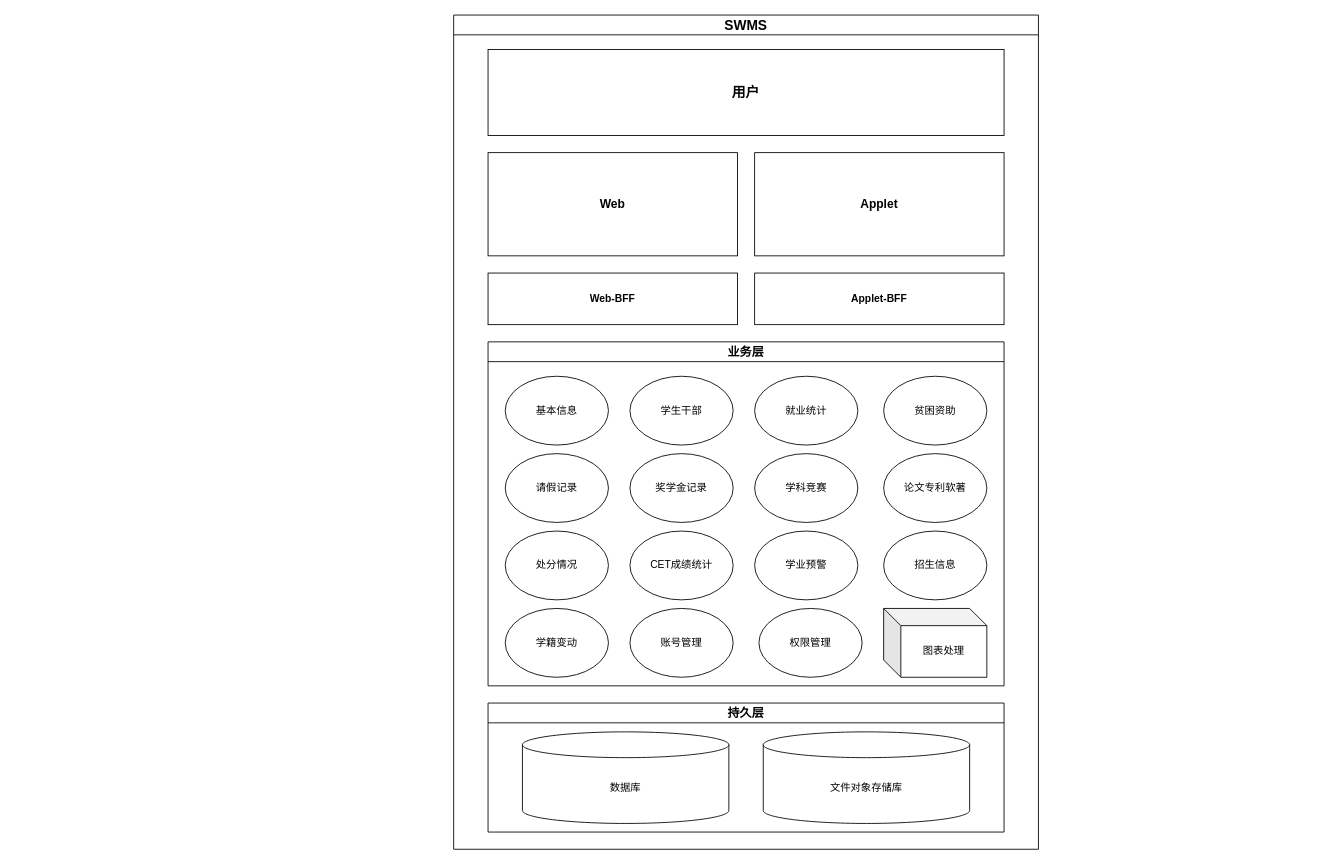
The draw.io diagram map/SWMS-archure.drawio in msqtt/Sources, before the edit. Source tidied: cells renumbered, new cells numbered last; positions are measured from the earlier drawing's top-left corner, leaving out a move shared by most shapes. Both pictures are drawn from the tidied source at 86%, with x=0, y=0 at pixel (453, 15).
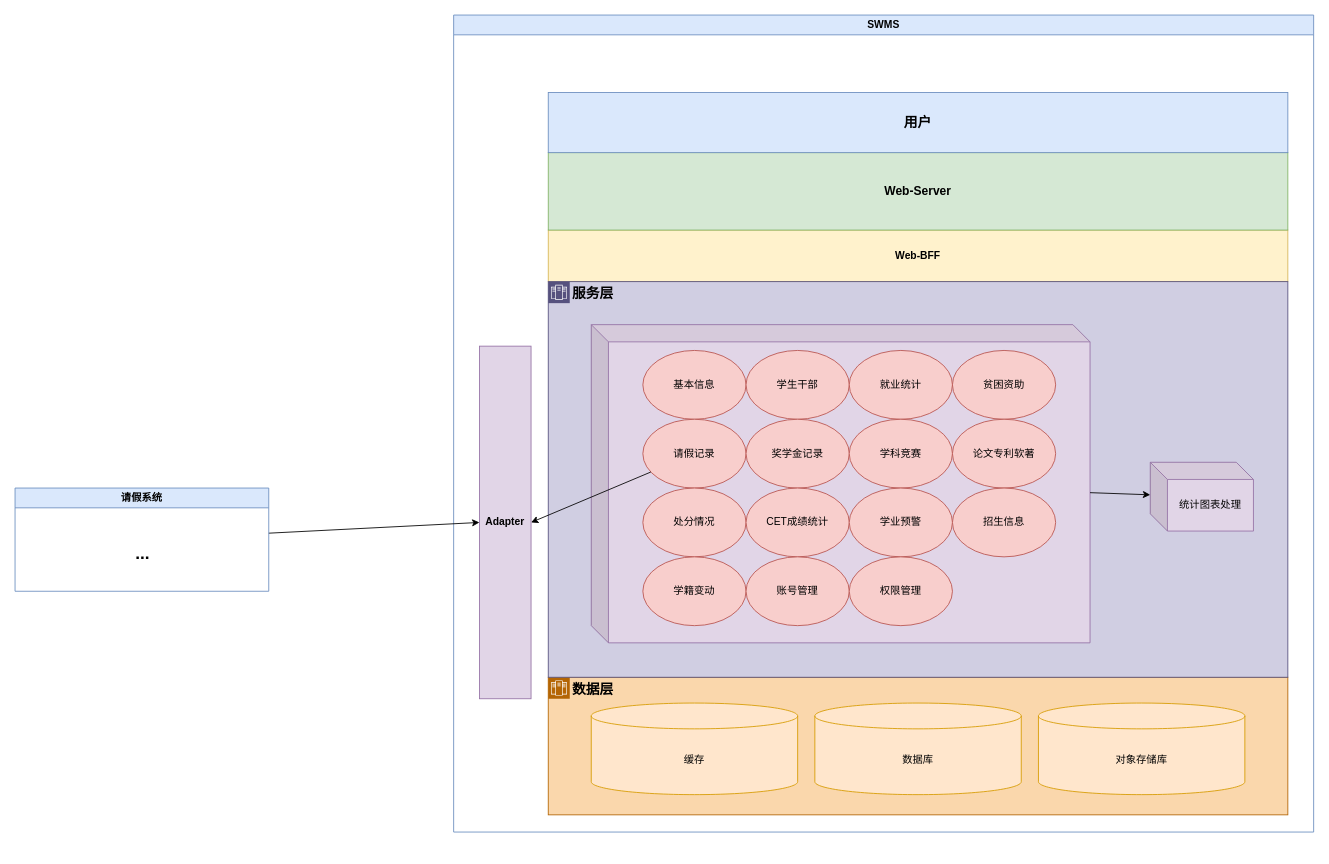
Above is the later version.

The edit, as a diff of the source:
```diff
@@
-    <mxCell id="2" value="SWMS" style="swimlane;whiteSpace=wrap;html=1;fontSize=16;labelBackgroundColor=default;" parent="1" vertex="1">
-      <mxGeometry width="680" height="970" as="geometry" />
+    <mxCell id="2" value="SWMS" style="swimlane;whiteSpace=wrap;html=1;fillColor=#dae8fc;strokeColor=#6c8ebf;swimlaneFillColor=none;rounded=0;shadow=0;glass=0;gradientColor=none;comic=0;separatorColor=none;noLabel=0;fixDash=0;backgroundOutline=0;fixedWidth=0;fillStyle=auto;" parent="1" vertex="1">
+      <mxGeometry width="1000" height="950" as="geometry" />
     </mxCell>
-    <mxCell id="3" value="业务层" style="swimlane;whiteSpace=wrap;html=1;fontSize=14;" parent="2" vertex="1">
-      <mxGeometry x="40" y="380" width="600" height="400" as="geometry" />
-    </mxCell>
+    <mxCell id="28" value="Adapter" style="rounded=0;whiteSpace=wrap;html=1;fontStyle=1;fillColor=#e1d5e7;strokeColor=#9673a6;" parent="2" vertex="1">
+      <mxGeometry x="30" y="385" width="60" height="410" as="geometry" />
+    </mxCell>
+    <mxCell id="23" value="Web-BFF" style="rounded=0;whiteSpace=wrap;html=1;fontStyle=1;fillColor=#fff2cc;strokeColor=#d6b656;" parent="2" vertex="1">
+      <mxGeometry x="110" y="250" width="860" height="60" as="geometry" />
+    </mxCell>
+    <mxCell id="24" value="Web-Server" style="rounded=0;whiteSpace=wrap;html=1;fontStyle=1;fontSize=14;fillColor=#d5e8d4;strokeColor=#82b366;" parent="2" vertex="1">
+      <mxGeometry x="110" y="160" width="860" height="90" as="geometry" />
+    </mxCell>
+    <mxCell id="27" value="用户" style="rounded=0;whiteSpace=wrap;html=1;fontSize=16;fontStyle=1;fillColor=#dae8fc;strokeColor=#6c8ebf;" parent="2" vertex="1">
+      <mxGeometry x="110" y="90" width="860" height="70" as="geometry" />
+    </mxCell>
+    <mxCell id="29" style="group;" parent="2" vertex="1">
+      <mxGeometry x="110" y="770" width="860" height="160" as="geometry" />
+    </mxCell>
+    <mxCell id="30" value="&lt;b&gt;&lt;font style=&quot;font-size: 16px;&quot;&gt;数据层&lt;/font&gt;&lt;/b&gt;" style="shape=mxgraph.ibm.box;prType=zone;fontStyle=0;verticalAlign=top;align=left;spacingLeft=32;spacingTop=4;fillColor=#fad7ac;rounded=0;whiteSpace=wrap;html=1;strokeColor=#b46504;strokeWidth=1;dashed=0;spacing=-4;" parent="29" vertex="1">
+      <mxGeometry width="860" height="160" as="geometry" />
+    </mxCell>
+    <mxCell id="31" value="缓存" style="shape=cylinder3;whiteSpace=wrap;html=1;boundedLbl=1;backgroundOutline=1;size=15;fillColor=#ffe6cc;strokeColor=#d79b00;" parent="29" vertex="1">
+      <mxGeometry x="50" y="30" width="240" height="106.5" as="geometry" />
+    </mxCell>
+    <mxCell id="21" value="数据库" style="shape=cylinder3;whiteSpace=wrap;html=1;boundedLbl=1;backgroundOutline=1;size=15;fillColor=#ffe6cc;strokeColor=#d79b00;" parent="29" vertex="1">
+      <mxGeometry x="310" y="30" width="240" height="106.5" as="geometry" />
+    </mxCell>
+    <mxCell id="22" value="对象存储库" style="shape=cylinder3;whiteSpace=wrap;html=1;boundedLbl=1;backgroundOutline=1;size=15;fillColor=#ffe6cc;strokeColor=#d79b00;" parent="29" vertex="1">
+      <mxGeometry x="570" y="30" width="240" height="106.5" as="geometry" />
+    </mxCell>
+    <mxCell id="32" value="&lt;font size=&quot;1&quot;&gt;&lt;b style=&quot;font-size: 16px;&quot;&gt;服务层&lt;/b&gt;&lt;/font&gt;" style="shape=mxgraph.ibm.box;prType=zone;fontStyle=0;verticalAlign=top;align=left;spacingLeft=32;spacingTop=4;fillColor=#d0cee2;rounded=0;whiteSpace=wrap;html=1;strokeColor=#56517e;strokeWidth=1;dashed=0;spacing=-4;" parent="2" vertex="1">
+      <mxGeometry x="110" y="310" width="860" height="460" as="geometry" />
+    </mxCell>
+    <mxCell id="33" style="group;" parent="32" vertex="1">
+      <mxGeometry x="50" y="50" width="580" height="370" as="geometry" />
+    </mxCell>
+    <mxCell id="34" style="shape=cube;whiteSpace=wrap;html=1;boundedLbl=1;backgroundOutline=1;darkOpacity=0.05;darkOpacity2=0.1;fontStyle=0;fillColor=#e1d5e7;strokeColor=#9673a6;" parent="33" vertex="1">
+      <mxGeometry width="580" height="370" as="geometry" />
+    </mxCell>
-    <mxCell id="4" value="基本信息" style="ellipse;whiteSpace=wrap;html=1;" parent="3" vertex="1">
-      <mxGeometry x="20" y="40" width="120" height="80" as="geometry" />
+    <mxCell id="4" value="基本信息" style="ellipse;whiteSpace=wrap;html=1;fillColor=#f8cecc;strokeColor=#b85450;" parent="33" vertex="1">
+      <mxGeometry x="60" y="30" width="120" height="80" as="geometry" />
     </mxCell>
-    <mxCell id="5" value="学生干部" style="ellipse;whiteSpace=wrap;html=1;" parent="3" vertex="1">
-      <mxGeometry x="165" y="40" width="120" height="80" as="geometry" />
+    <mxCell id="5" value="学生干部" style="ellipse;whiteSpace=wrap;html=1;fillColor=#f8cecc;strokeColor=#b85450;" parent="33" vertex="1">
+      <mxGeometry x="180" y="30" width="120" height="80" as="geometry" />
     </mxCell>
-    <mxCell id="6" value="就业统计" style="ellipse;whiteSpace=wrap;html=1;" parent="3" vertex="1">
-      <mxGeometry x="310" y="40" width="120" height="80" as="geometry" />
+    <mxCell id="6" value="就业统计" style="ellipse;whiteSpace=wrap;html=1;fillColor=#f8cecc;strokeColor=#b85450;" parent="33" vertex="1">
+      <mxGeometry x="300" y="30" width="120" height="80" as="geometry" />
     </mxCell>
-    <mxCell id="7" value="贫困资助" style="ellipse;whiteSpace=wrap;html=1;" parent="3" vertex="1">
-      <mxGeometry x="460" y="40" width="120" height="80" as="geometry" />
+    <mxCell id="7" value="贫困资助" style="ellipse;whiteSpace=wrap;html=1;fillColor=#f8cecc;strokeColor=#b85450;" parent="33" vertex="1">
+      <mxGeometry x="420" y="30" width="120" height="80" as="geometry" />
     </mxCell>
-    <mxCell id="8" value="请假记录" style="ellipse;whiteSpace=wrap;html=1;" parent="3" vertex="1">
-      <mxGeometry x="20" y="130" width="120" height="80" as="geometry" />
+    <mxCell id="8" value="请假记录" style="ellipse;whiteSpace=wrap;html=1;fillColor=#f8cecc;strokeColor=#b85450;" parent="33" vertex="1">
+      <mxGeometry x="60" y="110" width="120" height="80" as="geometry" />
     </mxCell>
-    <mxCell id="9" value="奖学金记录" style="ellipse;whiteSpace=wrap;html=1;" parent="3" vertex="1">
-      <mxGeometry x="165" y="130" width="120" height="80" as="geometry" />
+    <mxCell id="9" value="奖学金记录" style="ellipse;whiteSpace=wrap;html=1;fillColor=#f8cecc;strokeColor=#b85450;" parent="33" vertex="1">
+      <mxGeometry x="180" y="110" width="120" height="80" as="geometry" />
     </mxCell>
-    <mxCell id="10" value="学科竞赛" style="ellipse;whiteSpace=wrap;html=1;" parent="3" vertex="1">
-      <mxGeometry x="310" y="130" width="120" height="80" as="geometry" />
+    <mxCell id="10" value="学科竞赛" style="ellipse;whiteSpace=wrap;html=1;fillColor=#f8cecc;strokeColor=#b85450;" parent="33" vertex="1">
+      <mxGeometry x="300" y="110" width="120" height="80" as="geometry" />
     </mxCell>
-    <mxCell id="11" value="论文专利软著" style="ellipse;whiteSpace=wrap;html=1;" parent="3" vertex="1">
-      <mxGeometry x="460" y="130" width="120" height="80" as="geometry" />
+    <mxCell id="11" value="论文专利软著" style="ellipse;whiteSpace=wrap;html=1;fillColor=#f8cecc;strokeColor=#b85450;" parent="33" vertex="1">
+      <mxGeometry x="420" y="110" width="120" height="80" as="geometry" />
     </mxCell>
-    <mxCell id="12" value="处分情况" style="ellipse;whiteSpace=wrap;html=1;" parent="3" vertex="1">
-      <mxGeometry x="20" y="220" width="120" height="80" as="geometry" />
+    <mxCell id="12" value="处分情况" style="ellipse;whiteSpace=wrap;html=1;fillColor=#f8cecc;strokeColor=#b85450;" parent="33" vertex="1">
+      <mxGeometry x="60" y="190" width="120" height="80" as="geometry" />
     </mxCell>
-    <mxCell id="13" value="CET成绩统计" style="ellipse;whiteSpace=wrap;html=1;" parent="3" vertex="1">
-      <mxGeometry x="165" y="220" width="120" height="80" as="geometry" />
+    <mxCell id="13" value="CET成绩统计" style="ellipse;whiteSpace=wrap;html=1;fillColor=#f8cecc;strokeColor=#b85450;" parent="33" vertex="1">
+      <mxGeometry x="180" y="190" width="120" height="80" as="geometry" />
     </mxCell>
-    <mxCell id="14" value="学业预警" style="ellipse;whiteSpace=wrap;html=1;" parent="3" vertex="1">
-      <mxGeometry x="310" y="220" width="120" height="80" as="geometry" />
+    <mxCell id="14" value="学业预警" style="ellipse;whiteSpace=wrap;html=1;fillColor=#f8cecc;strokeColor=#b85450;" parent="33" vertex="1">
+      <mxGeometry x="300" y="190" width="120" height="80" as="geometry" />
     </mxCell>
-    <mxCell id="15" value="招生信息" style="ellipse;whiteSpace=wrap;html=1;" parent="3" vertex="1">
-      <mxGeometry x="460" y="220" width="120" height="80" as="geometry" />
+    <mxCell id="15" value="招生信息" style="ellipse;whiteSpace=wrap;html=1;fillColor=#f8cecc;strokeColor=#b85450;" parent="33" vertex="1">
+      <mxGeometry x="420" y="190" width="120" height="80" as="geometry" />
     </mxCell>
-    <mxCell id="16" value="学籍变动" style="ellipse;whiteSpace=wrap;html=1;" parent="3" vertex="1">
-      <mxGeometry x="20" y="310" width="120" height="80" as="geometry" />
+    <mxCell id="16" value="学籍变动" style="ellipse;whiteSpace=wrap;html=1;fillColor=#f8cecc;strokeColor=#b85450;" parent="33" vertex="1">
+      <mxGeometry x="60" y="270" width="120" height="80" as="geometry" />
     </mxCell>
-    <mxCell id="17" value="账号管理" style="ellipse;whiteSpace=wrap;html=1;" parent="3" vertex="1">
-      <mxGeometry x="165" y="310" width="120" height="80" as="geometry" />
+    <mxCell id="17" value="账号管理" style="ellipse;whiteSpace=wrap;html=1;fillColor=#f8cecc;strokeColor=#b85450;" parent="33" vertex="1">
+      <mxGeometry x="180" y="270" width="120" height="80" as="geometry" />
     </mxCell>
-    <mxCell id="18" value="权限管理" style="ellipse;whiteSpace=wrap;html=1;" parent="3" vertex="1">
-      <mxGeometry x="315" y="310" width="120" height="80" as="geometry" />
+    <mxCell id="18" value="权限管理" style="ellipse;whiteSpace=wrap;html=1;fillColor=#f8cecc;strokeColor=#b85450;" parent="33" vertex="1">
+      <mxGeometry x="300" y="270" width="120" height="80" as="geometry" />
     </mxCell>
-    <mxCell id="19" value="图表处理" style="shape=cube;whiteSpace=wrap;html=1;boundedLbl=1;backgroundOutline=1;darkOpacity=0.05;darkOpacity2=0.1;fontStyle=0;" parent="3" vertex="1">
-      <mxGeometry x="460" y="310" width="120" height="80" as="geometry" />
+    <mxCell id="19" value="统计图表处理" style="shape=cube;whiteSpace=wrap;html=1;boundedLbl=1;backgroundOutline=1;darkOpacity=0.05;darkOpacity2=0.1;fontStyle=0;fillColor=#e1d5e7;strokeColor=#9673a6;" parent="32" vertex="1">
+      <mxGeometry x="700" y="210" width="120" height="80" as="geometry" />
     </mxCell>
-    <mxCell id="20" value="持久层" style="swimlane;whiteSpace=wrap;html=1;fontSize=14;" parent="2" vertex="1">
-      <mxGeometry x="40" y="800" width="600" height="150" as="geometry" />
-    </mxCell>
-    <mxCell id="21" value="数据库" style="shape=cylinder3;whiteSpace=wrap;html=1;boundedLbl=1;backgroundOutline=1;size=15;" parent="20" vertex="1">
-      <mxGeometry x="40" y="33.5" width="240" height="106.5" as="geometry" />
-    </mxCell>
-    <mxCell id="22" value="文件对象存储库" style="shape=cylinder3;whiteSpace=wrap;html=1;boundedLbl=1;backgroundOutline=1;size=15;" parent="20" vertex="1">
-      <mxGeometry x="320" y="33.5" width="240" height="106.5" as="geometry" />
-    </mxCell>
-    <mxCell id="23" value="Web-BFF" style="rounded=0;whiteSpace=wrap;html=1;fontStyle=1;" parent="2" vertex="1">
-      <mxGeometry x="40" y="300" width="290" height="60" as="geometry" />
-    </mxCell>
-    <mxCell id="24" value="Web" style="rounded=0;whiteSpace=wrap;html=1;fontStyle=1;fontSize=14;" parent="2" vertex="1">
-      <mxGeometry x="40" y="160" width="290" height="120" as="geometry" />
-    </mxCell>
-    <mxCell id="25" value="Applet" style="rounded=0;whiteSpace=wrap;html=1;fontStyle=1;fontSize=14;" parent="2" vertex="1">
-      <mxGeometry x="350" y="160" width="290" height="120" as="geometry" />
-    </mxCell>
-    <mxCell id="26" value="Applet-BFF" style="rounded=0;whiteSpace=wrap;html=1;fontStyle=1;" parent="2" vertex="1">
-      <mxGeometry x="350" y="300" width="290" height="60" as="geometry" />
-    </mxCell>
-    <mxCell id="27" value="用户" style="rounded=0;whiteSpace=wrap;html=1;fontSize=16;fontStyle=1;" parent="2" vertex="1">
-      <mxGeometry x="40" y="40" width="600" height="100" as="geometry" />
-    </mxCell>
+    <mxCell id="35" style="rounded=0;jettySize=auto;html=1;" parent="32" edge="1" source="34" target="19">
+      <mxGeometry relative="1" as="geometry" />
+    </mxCell>
+    <mxCell id="36" style="rounded=0;jettySize=auto;html=1;entryX=1;entryY=0.5;entryDx=0;entryDy=0;" parent="2" edge="1" source="8" target="28">
+      <mxGeometry relative="1" as="geometry" />
+    </mxCell>
+    <mxCell id="37" style="rounded=0;jettySize=auto;html=1;entryX=0;entryY=0.5;entryDx=0;entryDy=0;" parent="1" edge="1" source="38" target="28">
+      <mxGeometry relative="1" as="geometry" />
+    </mxCell>
+    <mxCell id="38" value="请假系统" style="swimlane;whiteSpace=wrap;html=1;fillColor=#dae8fc;strokeColor=#6c8ebf;" parent="1" vertex="1">
+      <mxGeometry x="-510" y="550" width="295" height="120" as="geometry" />
+    </mxCell>
+    <mxCell id="39" value="&lt;b&gt;&lt;font style=&quot;font-size: 20px;&quot;&gt;...&lt;/font&gt;&lt;/b&gt;" style="text;html=1;align=center;verticalAlign=middle;strokeColor=none;fillColor=none;" parent="38" vertex="1">
+      <mxGeometry x="127.5" y="55" width="40" height="40" as="geometry" />
+    </mxCell>
```
